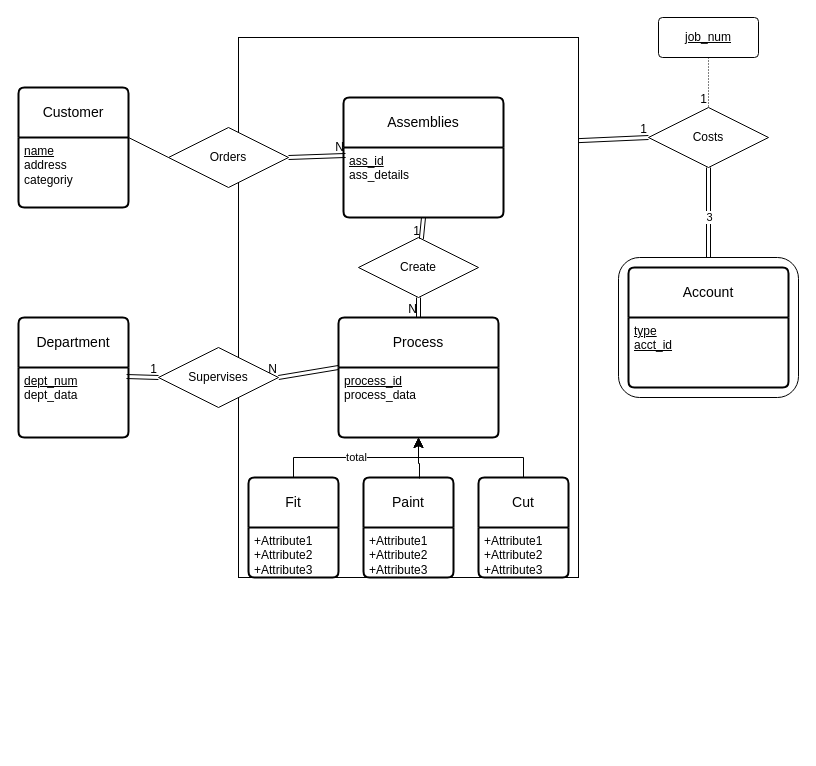
This is Project/Project.drawio from nurfnick/DBMS, a draw.io file, before an edit. Source tidied: cells renumbered, new cells numbered last; positions are measured from the earlier drawing's top-left corner, leaving out a move shared by most shapes. Both pictures are drawn from the tidied source at 100%, with x=0, y=0 at pixel (18, 17).
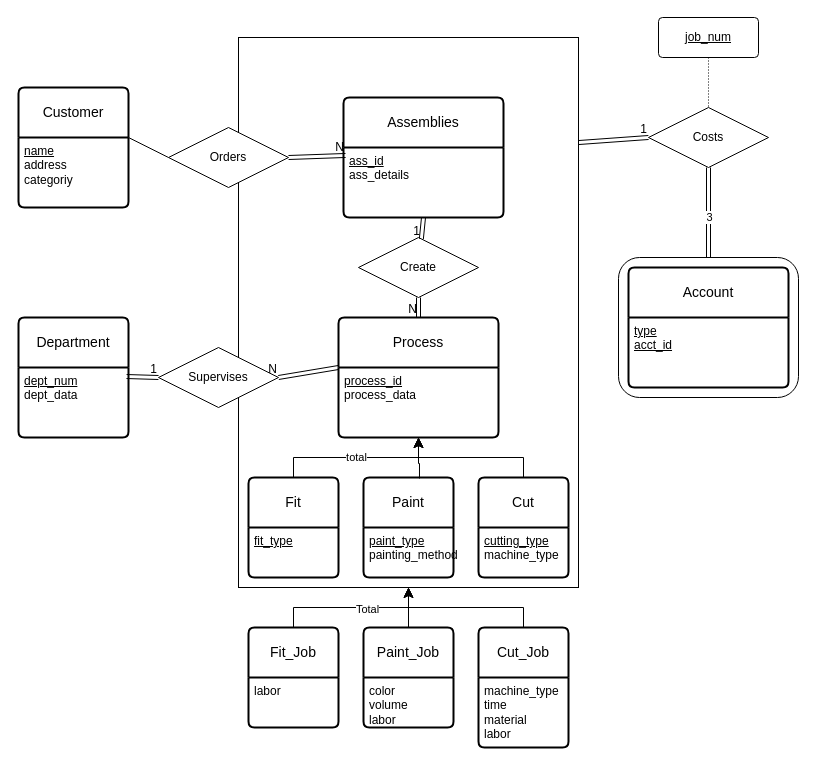
The same page after the edit.

Commit message:
added job categories

The change refers to these unchanged cells:
```xml
<mxCell id="13" value="Fit" style="swimlane;horizontal=1;startSize=50;rounded=1;fontSize=14;fontStyle=0;strokeWidth=2;shadow=0;dashed=0;align=center;arcSize=4;whiteSpace=wrap;html=1;" parent="1" vertex="1">
  <mxGeometry x="230" y="460" width="90" height="100" as="geometry" />
</mxCell>
<mxCell id="15" value="Paint" style="swimlane;horizontal=1;startSize=50;rounded=1;fontSize=14;fontStyle=0;strokeWidth=2;shadow=0;dashed=0;align=center;arcSize=4;whiteSpace=wrap;html=1;" parent="1" vertex="1">
  <mxGeometry x="345" y="460" width="90" height="100" as="geometry" />
</mxCell>
<mxCell id="17" value="Cut" style="swimlane;horizontal=1;startSize=50;rounded=1;fontSize=14;fontStyle=0;strokeWidth=2;shadow=0;dashed=0;align=center;arcSize=4;whiteSpace=wrap;html=1;" parent="1" vertex="1">
  <mxGeometry x="460" y="460" width="90" height="100" as="geometry" />
</mxCell>
<mxCell id="37" style="endArrow=none;html=1;rounded=0;dashed=1;dashPattern=1 2;exitX=0.5;exitY=1;exitDx=0;exitDy=0;" parent="1" edge="1" source="36" target="35">
  <mxGeometry relative="1" as="geometry" />
</mxCell>
```

Change to the diagram source:
```diff
@@
     <mxCell id="3" style="rounded=0;whiteSpace=wrap;html=1;" parent="1" vertex="1">
-      <mxGeometry x="220" y="20" width="340" height="540" as="geometry" />
+      <mxGeometry x="220" y="20" width="340" height="550" as="geometry" />
     </mxCell>
@@
-    <mxCell id="14" value="+Attribute1&#10;+Attribute2&#10;+Attribute3" style="align=left;strokeColor=none;fillColor=none;spacingLeft=4;fontSize=12;verticalAlign=top;html=1;" parent="13" vertex="1">
+    <mxCell id="14" value="&lt;u&gt;fit_type&lt;/u&gt;" style="align=left;strokeColor=none;fillColor=none;spacingLeft=4;fontSize=12;verticalAlign=top;html=1;" parent="13" vertex="1">
       <mxGeometry y="50" width="90" height="50" as="geometry" />
     </mxCell>
@@
-    <mxCell id="16" value="+Attribute1&#10;+Attribute2&#10;+Attribute3" style="align=left;strokeColor=none;fillColor=none;spacingLeft=4;fontSize=12;verticalAlign=top;html=1;" parent="15" vertex="1">
+    <mxCell id="16" value="&lt;div&gt;&lt;u&gt;paint_type&lt;/u&gt;&lt;/div&gt;&lt;div&gt;painting_method&lt;br&gt;&lt;/div&gt;" style="align=left;strokeColor=none;fillColor=none;spacingLeft=4;fontSize=12;verticalAlign=top;html=1;" parent="15" vertex="1">
       <mxGeometry y="50" width="90" height="50" as="geometry" />
     </mxCell>
@@
-    <mxCell id="18" value="+Attribute1&#10;+Attribute2&#10;+Attribute3" style="align=left;strokeColor=none;fillColor=none;spacingLeft=4;fontSize=12;verticalAlign=top;html=1;" parent="17" vertex="1">
+    <mxCell id="18" value="&lt;div&gt;&lt;u&gt;cutting_type&lt;/u&gt;&lt;/div&gt;&lt;div&gt;machine_type&lt;br&gt;&lt;/div&gt;" style="align=left;strokeColor=none;fillColor=none;spacingLeft=4;fontSize=12;verticalAlign=top;html=1;" parent="17" vertex="1">
       <mxGeometry y="50" width="90" height="50" as="geometry" />
     </mxCell>
@@
-    <mxCell id="38" value="1" style="html=1;whiteSpace=wrap;align=right;verticalAlign=bottom;" parent="37" vertex="1">
+    <mxCell id="38" style="html=1;whiteSpace=wrap;align=right;verticalAlign=bottom;" parent="37" vertex="1">
       <mxGeometry x="1" relative="1" as="geometry" />
     </mxCell>
@@
+    <mxCell id="45" value="Paint_Job" style="swimlane;horizontal=1;startSize=50;rounded=1;fontSize=14;fontStyle=0;strokeWidth=2;shadow=0;dashed=0;align=center;arcSize=4;whiteSpace=wrap;html=1;" parent="1" vertex="1">
+      <mxGeometry x="345" y="610" width="90" height="100" as="geometry" />
+    </mxCell>
+    <mxCell id="46" value="&lt;div&gt;color&lt;/div&gt;&lt;div&gt;volume&lt;/div&gt;&lt;div&gt;labor&lt;br&gt;&lt;/div&gt;" style="align=left;strokeColor=none;fillColor=none;spacingLeft=4;fontSize=12;verticalAlign=top;html=1;" parent="45" vertex="1">
+      <mxGeometry y="50" width="90" height="50" as="geometry" />
+    </mxCell>
+    <mxCell id="47" value="Cut_Job" style="swimlane;horizontal=1;startSize=50;rounded=1;fontSize=14;fontStyle=0;strokeWidth=2;shadow=0;dashed=0;align=center;arcSize=4;whiteSpace=wrap;html=1;" parent="1" vertex="1">
+      <mxGeometry x="460" y="610" width="90" height="120" as="geometry" />
+    </mxCell>
+    <mxCell id="48" value="&lt;div&gt;machine_type&lt;/div&gt;&lt;div&gt;time&lt;/div&gt;&lt;div&gt;material&lt;/div&gt;&lt;div&gt;labor&lt;br&gt;&lt;/div&gt;" style="align=left;strokeColor=none;fillColor=none;spacingLeft=4;fontSize=12;verticalAlign=top;html=1;" parent="47" vertex="1">
+      <mxGeometry y="50" width="90" height="70" as="geometry" />
+    </mxCell>
+    <mxCell id="49" value="Fit_Job" style="swimlane;horizontal=1;startSize=50;rounded=1;fontSize=14;fontStyle=0;strokeWidth=2;shadow=0;dashed=0;align=center;arcSize=4;whiteSpace=wrap;html=1;" parent="1" vertex="1">
+      <mxGeometry x="230" y="610" width="90" height="100" as="geometry" />
+    </mxCell>
+    <mxCell id="50" value="labor" style="align=left;strokeColor=none;fillColor=none;spacingLeft=4;fontSize=12;verticalAlign=top;html=1;" parent="49" vertex="1">
+      <mxGeometry y="50" width="90" height="50" as="geometry" />
+    </mxCell>
+    <mxCell id="51" style="edgeStyle=elbowEdgeStyle;elbow=vertical;endArrow=classic;html=1;curved=0;rounded=0;endSize=8;startSize=8;exitX=0.5;exitY=0;exitDx=0;exitDy=0;entryX=0.5;entryY=1;entryDx=0;entryDy=0;" parent="1" edge="1" source="49" target="3">
+      <mxGeometry relative="1" as="geometry" />
+    </mxCell>
+    <mxCell id="52" value="Total" style="edgeLabel;html=1;align=center;verticalAlign=middle;" parent="51" vertex="1">
+      <mxGeometry x="0.2" y="-1" relative="1" as="geometry" />
+    </mxCell>
+    <mxCell id="53" style="edgeStyle=elbowEdgeStyle;elbow=vertical;endArrow=classic;html=1;curved=0;rounded=0;endSize=8;startSize=8;exitX=0.5;exitY=0;exitDx=0;exitDy=0;entryX=0.5;entryY=1;entryDx=0;entryDy=0;" parent="1" edge="1" source="47" target="3">
+      <mxGeometry relative="1" as="geometry" />
+    </mxCell>
+    <mxCell id="54" style="endArrow=classic;html=1;rounded=0;exitX=0.5;exitY=0;exitDx=0;exitDy=0;entryX=0.5;entryY=1;entryDx=0;entryDy=0;" parent="1" edge="1" source="45" target="3">
+      <mxGeometry relative="1" as="geometry" />
+    </mxCell>
```
